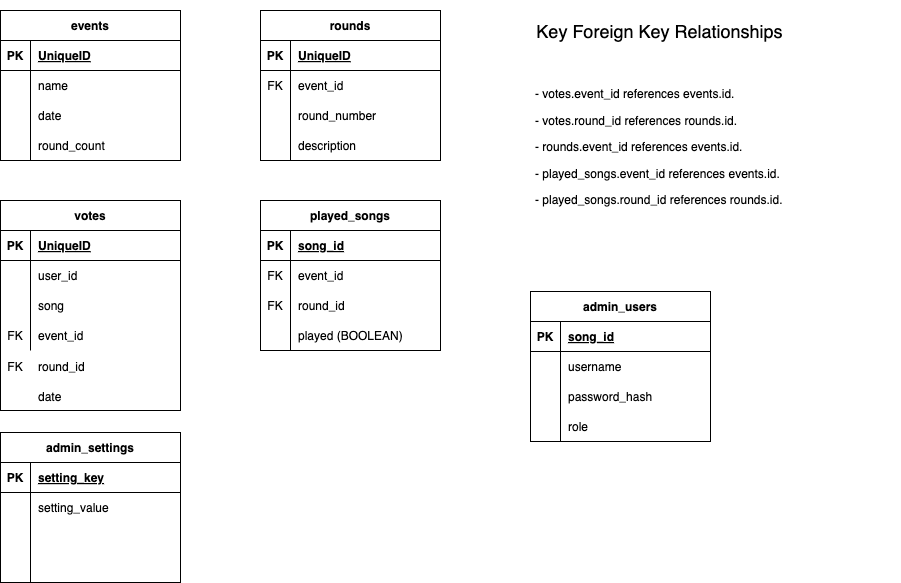
Above: jukeboxHeroes-v2/documentation/dbSchema.drawio.png in eMKa091/Jukebox_LIVE (draw.io), before the change. Source tidied: cells renumbered, new cells last; positions are measured from the earlier drawing's top-left corner, leaving out a move shared by most shapes.
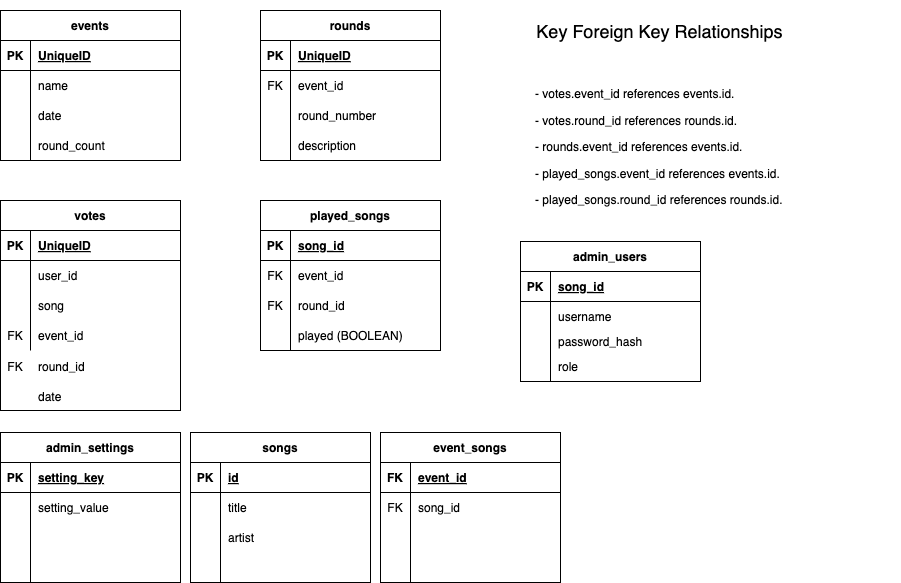
Later version of the same file.

Diff of the diagram source:
```diff
@@ -171,7 +171,7 @@
       <mxGeometry x="530" width="370" height="225" as="geometry" />
     </mxCell>
     <mxCell id="58" value="admin_users" style="shape=table;startSize=30;rowLines=0;fontStyle=1;align=center;" parent="1" vertex="1">
-      <mxGeometry x="530" y="281" width="180" height="150" as="geometry" />
+      <mxGeometry x="520" y="231" width="180" height="140" as="geometry" />
     </mxCell>
     <mxCell id="59" style="shape=tableRow;horizontal=0;startSize=0;swimlaneHead=0;swimlaneBody=0;fillColor=none;top=0;left=0;right=0;bottom=1;" parent="58" vertex="1">
       <mxGeometry y="30" width="180" height="30" as="geometry" />
@@ -192,16 +192,16 @@
       <mxGeometry x="30" width="150" height="30" as="geometry" />
     </mxCell>
     <mxCell id="65" style="shape=tableRow;horizontal=0;startSize=0;swimlaneHead=0;swimlaneBody=0;fillColor=none;top=0;left=0;right=0;bottom=0;" parent="58" vertex="1">
-      <mxGeometry y="90" width="180" height="30" as="geometry" />
+      <mxGeometry y="90" width="180" height="20" as="geometry" />
     </mxCell>
     <mxCell id="66" style="shape=partialRectangle;fillColor=none;top=0;left=0;bottom=0;right=0;overflow=hidden;" parent="65" vertex="1">
-      <mxGeometry width="30" height="30" as="geometry" />
+      <mxGeometry width="30" height="20" as="geometry" />
     </mxCell>
     <mxCell id="67" value="password_hash" style="shape=partialRectangle;fillColor=none;top=0;left=0;bottom=0;right=0;align=left;spacingLeft=6;overflow=hidden;" parent="65" vertex="1">
-      <mxGeometry x="30" width="150" height="30" as="geometry" />
+      <mxGeometry x="30" width="150" height="20" as="geometry" />
     </mxCell>
     <mxCell id="68" style="shape=tableRow;horizontal=0;startSize=0;swimlaneHead=0;swimlaneBody=0;fillColor=none;top=0;left=0;right=0;bottom=0;" parent="58" vertex="1">
-      <mxGeometry y="120" width="180" height="30" as="geometry" />
+      <mxGeometry y="110" width="180" height="30" as="geometry" />
     </mxCell>
     <mxCell id="69" style="shape=partialRectangle;fillColor=none;top=0;left=0;bottom=0;right=0;overflow=hidden;" parent="68" vertex="1">
       <mxGeometry width="30" height="30" as="geometry" />
@@ -248,5 +248,83 @@
     <mxCell id="83" style="shape=partialRectangle;fillColor=none;top=0;left=0;bottom=0;right=0;align=left;spacingLeft=6;overflow=hidden;" parent="81" vertex="1">
       <mxGeometry x="30" width="150" height="30" as="geometry" />
     </mxCell>
+    <mxCell id="84" value="songs" style="shape=table;startSize=30;rowLines=0;fontStyle=1;align=center;" parent="1" vertex="1">
+      <mxGeometry x="190" y="422" width="180" height="150" as="geometry" />
+    </mxCell>
+    <mxCell id="85" style="shape=tableRow;horizontal=0;startSize=0;swimlaneHead=0;swimlaneBody=0;fillColor=none;top=0;left=0;right=0;bottom=1;" parent="84" vertex="1">
+      <mxGeometry y="30" width="180" height="30" as="geometry" />
+    </mxCell>
+    <mxCell id="86" value="PK" style="shape=partialRectangle;fillColor=none;top=0;left=0;bottom=0;right=0;fontStyle=1;overflow=hidden;" parent="85" vertex="1">
+      <mxGeometry width="30" height="30" as="geometry" />
+    </mxCell>
+    <mxCell id="87" value="id" style="shape=partialRectangle;fillColor=none;top=0;left=0;bottom=0;right=0;align=left;spacingLeft=6;fontStyle=5;overflow=hidden;" parent="85" vertex="1">
+      <mxGeometry x="30" width="150" height="30" as="geometry" />
+    </mxCell>
+    <mxCell id="88" style="shape=tableRow;horizontal=0;startSize=0;swimlaneHead=0;swimlaneBody=0;fillColor=none;top=0;left=0;right=0;bottom=0;" parent="84" vertex="1">
+      <mxGeometry y="60" width="180" height="30" as="geometry" />
+    </mxCell>
+    <mxCell id="89" style="shape=partialRectangle;fillColor=none;top=0;left=0;bottom=0;right=0;overflow=hidden;" parent="88" vertex="1">
+      <mxGeometry width="30" height="30" as="geometry" />
+    </mxCell>
+    <mxCell id="90" value="title" style="shape=partialRectangle;fillColor=none;top=0;left=0;bottom=0;right=0;align=left;spacingLeft=6;overflow=hidden;" parent="88" vertex="1">
+      <mxGeometry x="30" width="150" height="30" as="geometry" />
+    </mxCell>
+    <mxCell id="91" style="shape=tableRow;horizontal=0;startSize=0;swimlaneHead=0;swimlaneBody=0;fillColor=none;top=0;left=0;right=0;bottom=0;" parent="84" vertex="1">
+      <mxGeometry y="90" width="180" height="30" as="geometry" />
+    </mxCell>
+    <mxCell id="92" style="shape=partialRectangle;fillColor=none;top=0;left=0;bottom=0;right=0;overflow=hidden;" parent="91" vertex="1">
+      <mxGeometry width="30" height="30" as="geometry" />
+    </mxCell>
+    <mxCell id="93" value="artist" style="shape=partialRectangle;fillColor=none;top=0;left=0;bottom=0;right=0;align=left;spacingLeft=6;overflow=hidden;" parent="91" vertex="1">
+      <mxGeometry x="30" width="150" height="30" as="geometry" />
+    </mxCell>
+    <mxCell id="94" style="shape=tableRow;horizontal=0;startSize=0;swimlaneHead=0;swimlaneBody=0;fillColor=none;top=0;left=0;right=0;bottom=0;" parent="84" vertex="1">
+      <mxGeometry y="120" width="180" height="30" as="geometry" />
+    </mxCell>
+    <mxCell id="95" style="shape=partialRectangle;fillColor=none;top=0;left=0;bottom=0;right=0;overflow=hidden;" parent="94" vertex="1">
+      <mxGeometry width="30" height="30" as="geometry" />
+    </mxCell>
+    <mxCell id="96" style="shape=partialRectangle;fillColor=none;top=0;left=0;bottom=0;right=0;align=left;spacingLeft=6;overflow=hidden;" parent="94" vertex="1">
+      <mxGeometry x="30" width="150" height="30" as="geometry" />
+    </mxCell>
+    <mxCell id="97" value="event_songs" style="shape=table;startSize=30;rowLines=0;fontStyle=1;align=center;" parent="1" vertex="1">
+      <mxGeometry x="380" y="422" width="180" height="150" as="geometry" />
+    </mxCell>
+    <mxCell id="98" style="shape=tableRow;horizontal=0;startSize=0;swimlaneHead=0;swimlaneBody=0;fillColor=none;top=0;left=0;right=0;bottom=1;" parent="97" vertex="1">
+      <mxGeometry y="30" width="180" height="30" as="geometry" />
+    </mxCell>
+    <mxCell id="99" value="FK" style="shape=partialRectangle;fillColor=none;top=0;left=0;bottom=0;right=0;fontStyle=1;overflow=hidden;" parent="98" vertex="1">
+      <mxGeometry width="30" height="30" as="geometry" />
+    </mxCell>
+    <mxCell id="100" value="event_id" style="shape=partialRectangle;fillColor=none;top=0;left=0;bottom=0;right=0;align=left;spacingLeft=6;fontStyle=5;overflow=hidden;" parent="98" vertex="1">
+      <mxGeometry x="30" width="150" height="30" as="geometry" />
+    </mxCell>
+    <mxCell id="101" style="shape=tableRow;horizontal=0;startSize=0;swimlaneHead=0;swimlaneBody=0;fillColor=none;top=0;left=0;right=0;bottom=0;" parent="97" vertex="1">
+      <mxGeometry y="60" width="180" height="30" as="geometry" />
+    </mxCell>
+    <mxCell id="102" value="FK" style="shape=partialRectangle;fillColor=none;top=0;left=0;bottom=0;right=0;overflow=hidden;" parent="101" vertex="1">
+      <mxGeometry width="30" height="30" as="geometry" />
+    </mxCell>
+    <mxCell id="103" value="song_id" style="shape=partialRectangle;fillColor=none;top=0;left=0;bottom=0;right=0;align=left;spacingLeft=6;overflow=hidden;" parent="101" vertex="1">
+      <mxGeometry x="30" width="150" height="30" as="geometry" />
+    </mxCell>
+    <mxCell id="104" style="shape=tableRow;horizontal=0;startSize=0;swimlaneHead=0;swimlaneBody=0;fillColor=none;top=0;left=0;right=0;bottom=0;" parent="97" vertex="1">
+      <mxGeometry y="90" width="180" height="30" as="geometry" />
+    </mxCell>
+    <mxCell id="105" style="shape=partialRectangle;fillColor=none;top=0;left=0;bottom=0;right=0;overflow=hidden;" parent="104" vertex="1">
+      <mxGeometry width="30" height="30" as="geometry" />
+    </mxCell>
+    <mxCell id="106" style="shape=partialRectangle;fillColor=none;top=0;left=0;bottom=0;right=0;align=left;spacingLeft=6;overflow=hidden;" parent="104" vertex="1">
+      <mxGeometry x="30" width="150" height="30" as="geometry" />
+    </mxCell>
+    <mxCell id="107" style="shape=tableRow;horizontal=0;startSize=0;swimlaneHead=0;swimlaneBody=0;fillColor=none;top=0;left=0;right=0;bottom=0;" parent="97" vertex="1">
+      <mxGeometry y="120" width="180" height="30" as="geometry" />
+    </mxCell>
+    <mxCell id="108" style="shape=partialRectangle;fillColor=none;top=0;left=0;bottom=0;right=0;overflow=hidden;" parent="107" vertex="1">
+      <mxGeometry width="30" height="30" as="geometry" />
+    </mxCell>
+    <mxCell id="109" style="shape=partialRectangle;fillColor=none;top=0;left=0;bottom=0;right=0;align=left;spacingLeft=6;overflow=hidden;" parent="107" vertex="1">
+      <mxGeometry x="30" width="150" height="30" as="geometry" />
+    </mxCell>
   </root>
 </mxGraphModel>
```
